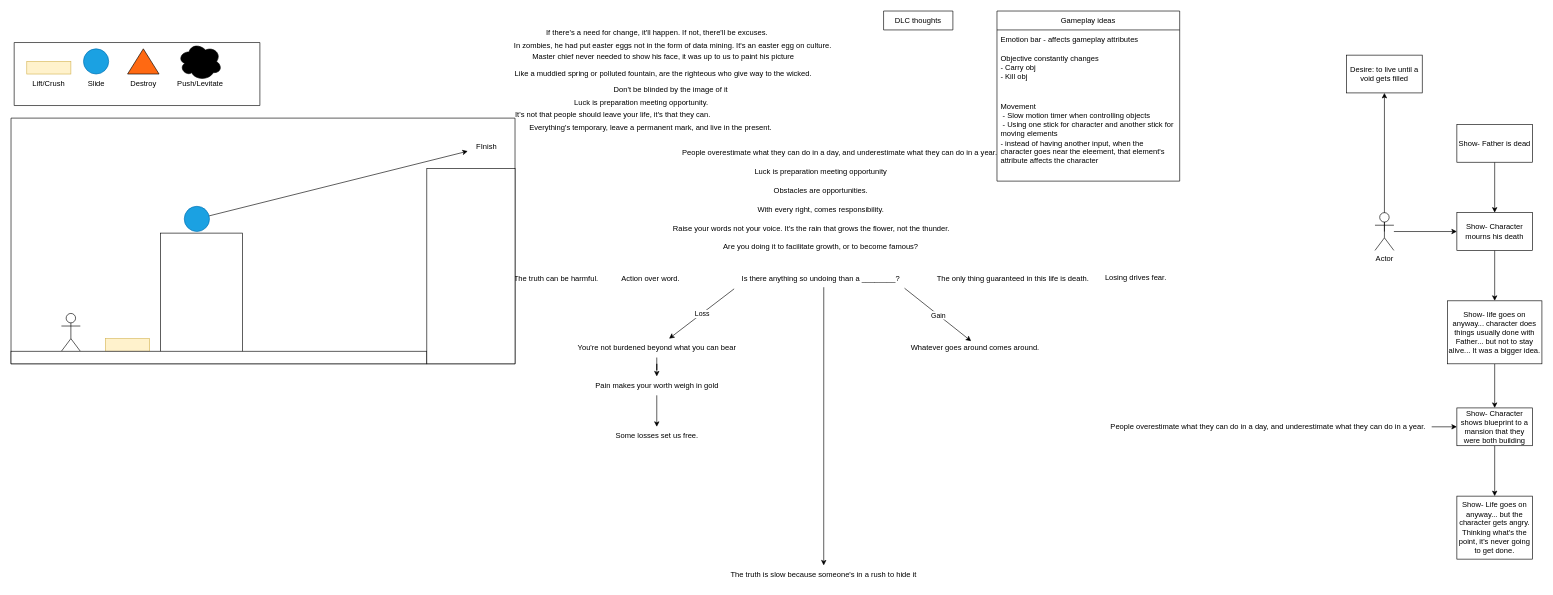
Before: Plans.drawio in HasinJ/Elements-Platformer, a draw.io diagram. Source tidied: cells renumbered, new cells numbered last; positions are measured from the earlier drawing's top-left corner, leaving out a move shared by most shapes. Both pictures are drawn from the tidied source at 63%, with x=0, y=0 at pixel (11, 11).
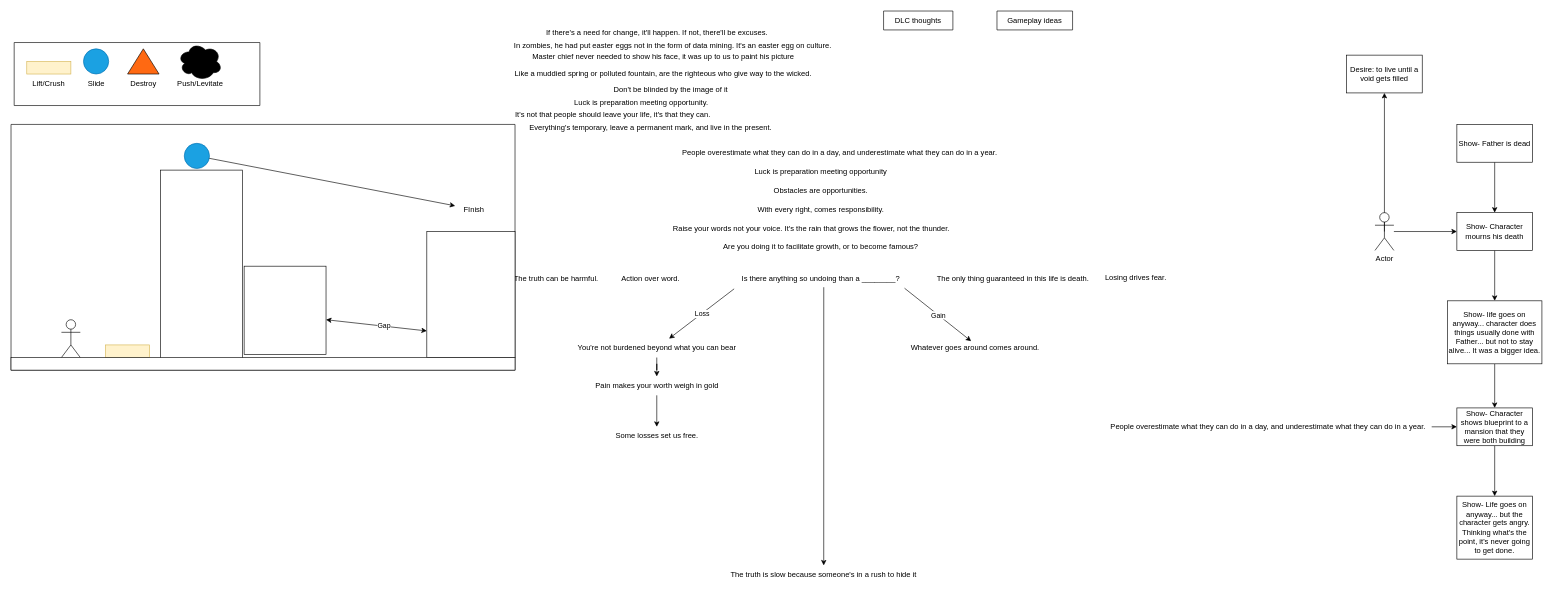
The same page after the edit.

Change to the diagram source:
```diff
@@
-    <mxCell id="43" value="Gameplay ideas" style="swimlane;fontStyle=0;horizontal=1;startSize=30;whiteSpace=wrap;html=1;" parent="1" vertex="1">
-      <mxGeometry x="1565" width="290" height="270" as="geometry" />
+    <mxCell id="43" value="Gameplay ideas" style="swimlane;fontStyle=0;horizontal=1;startSize=30;whiteSpace=wrap;html=1;" parent="1" vertex="1" collapsed="1">
+      <mxGeometry x="1565" width="120" height="30" as="geometry" />
     </mxCell>
-    <mxCell id="44" value="Emotion bar - affects gameplay attributes" style="text;strokeColor=none;fillColor=none;align=left;verticalAlign=middle;spacingLeft=4;spacingRight=4;overflow=hidden;whiteSpace=wrap;html=1;" parent="43" vertex="1">
-      <mxGeometry y="30" width="290" height="30" as="geometry" />
-    </mxCell>
-    <mxCell id="45" value="Objective constantly changes&lt;br&gt;&lt;div&gt;- Carry obj&lt;/div&gt;&lt;div&gt;- Kill obj&lt;br&gt;&lt;/div&gt;" style="text;strokeColor=none;fillColor=none;align=left;verticalAlign=middle;spacingLeft=4;spacingRight=4;overflow=hidden;whiteSpace=wrap;html=1;" parent="43" vertex="1">
-      <mxGeometry y="60" width="290" height="60" as="geometry" />
-    </mxCell>
-    <mxCell id="46" value="&lt;div&gt;Movement&lt;/div&gt;&lt;div&gt;&amp;nbsp;- Slow motion timer when controlling objects&lt;/div&gt;&lt;div&gt;&amp;nbsp;- Using one stick for character and another stick for moving elements&lt;/div&gt;&lt;div&gt;- instead of having another input, when the character goes near the eleement, that element's attribute affects the character&lt;br&gt;&lt;/div&gt;" style="text;strokeColor=none;fillColor=none;align=left;verticalAlign=middle;spacingLeft=4;spacingRight=4;overflow=hidden;whiteSpace=wrap;html=1;" parent="43" vertex="1">
-      <mxGeometry y="120" width="290" height="150" as="geometry" />
-    </mxCell>
     <mxCell id="47" style="swimlane;startSize=0;" parent="1" vertex="1">
-      <mxGeometry y="170" width="800" height="390" as="geometry" />
+      <mxGeometry y="180" width="800" height="390" as="geometry" />
     </mxCell>
@@
     <mxCell id="50" style="ellipse;whiteSpace=wrap;html=1;fillColor=#1ba1e2;strokeColor=#006EAF;fontColor=#ffffff;" parent="47" vertex="1">
-      <mxGeometry x="275" y="140" width="40" height="40" as="geometry" />
+      <mxGeometry x="275" y="30" width="40" height="40" as="geometry" />
     </mxCell>
     <mxCell id="51" style="rounded=0;whiteSpace=wrap;html=1;rotation=90;" parent="47" vertex="1">
-      <mxGeometry x="200" y="220" width="205" height="130" as="geometry" />
+      <mxGeometry x="150" y="160" width="305" height="130" as="geometry" />
     </mxCell>
     <mxCell id="52" style="rounded=0;whiteSpace=wrap;html=1;" parent="47" vertex="1">
-      <mxGeometry y="370" width="660" height="20" as="geometry" />
+      <mxGeometry y="370" width="800" height="20" as="geometry" />
     </mxCell>
     <mxCell id="53" style="rounded=0;whiteSpace=wrap;html=1;" parent="47" vertex="1">
-      <mxGeometry x="660" y="80" width="140" height="310" as="geometry" />
+      <mxGeometry x="660" y="170" width="140" height="200" as="geometry" />
     </mxCell>
     <mxCell id="54" value="&lt;div&gt;FInish&lt;/div&gt;" style="text;html=1;align=center;verticalAlign=middle;whiteSpace=wrap;rounded=0;" parent="47" vertex="1">
-      <mxGeometry x="725" y="30" width="60" height="30" as="geometry" />
+      <mxGeometry x="705" y="120" width="60" height="30" as="geometry" />
     </mxCell>
@@
+    <mxCell id="71" style="rounded=0;whiteSpace=wrap;html=1;rotation=90;" parent="47" vertex="1">
+      <mxGeometry x="365" y="230" width="140" height="130" as="geometry" />
+    </mxCell>
+    <mxCell id="72" style="endArrow=classic;startArrow=classic;html=1;rounded=0;entryX=0;entryY=0.75;entryDx=0;entryDy=0;" parent="47" edge="1">
+      <mxGeometry relative="1" as="geometry">
+        <mxPoint x="500" y="310" as="sourcePoint" />
+        <mxPoint x="660" y="327.8" as="targetPoint" />
+      </mxGeometry>
+    </mxCell>
+    <mxCell id="73" value="&lt;div&gt;Gap&lt;/div&gt;" style="edgeLabel;html=1;align=center;verticalAlign=middle;" parent="72" vertex="1">
+      <mxGeometry x="0.16" y="1" relative="1" as="geometry">
+        <mxPoint x="-1" as="offset" />
+      </mxGeometry>
+    </mxCell>
```
